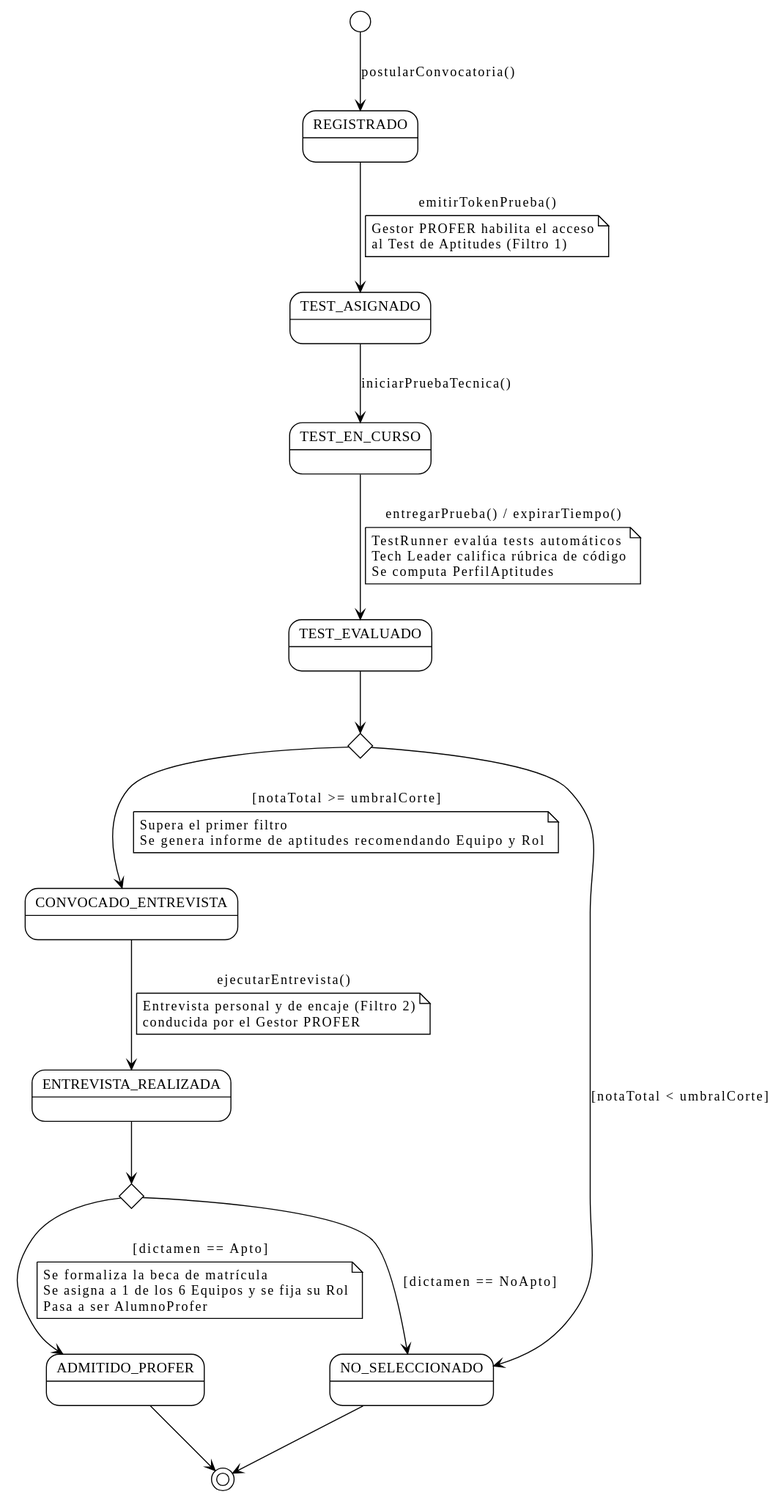
Before: images/RUP/00-modelo-del-dominio/estados-entidades/candidatura-estados.svg, a diagram exported from PlantUML (TheMoys/CTS-Academy).
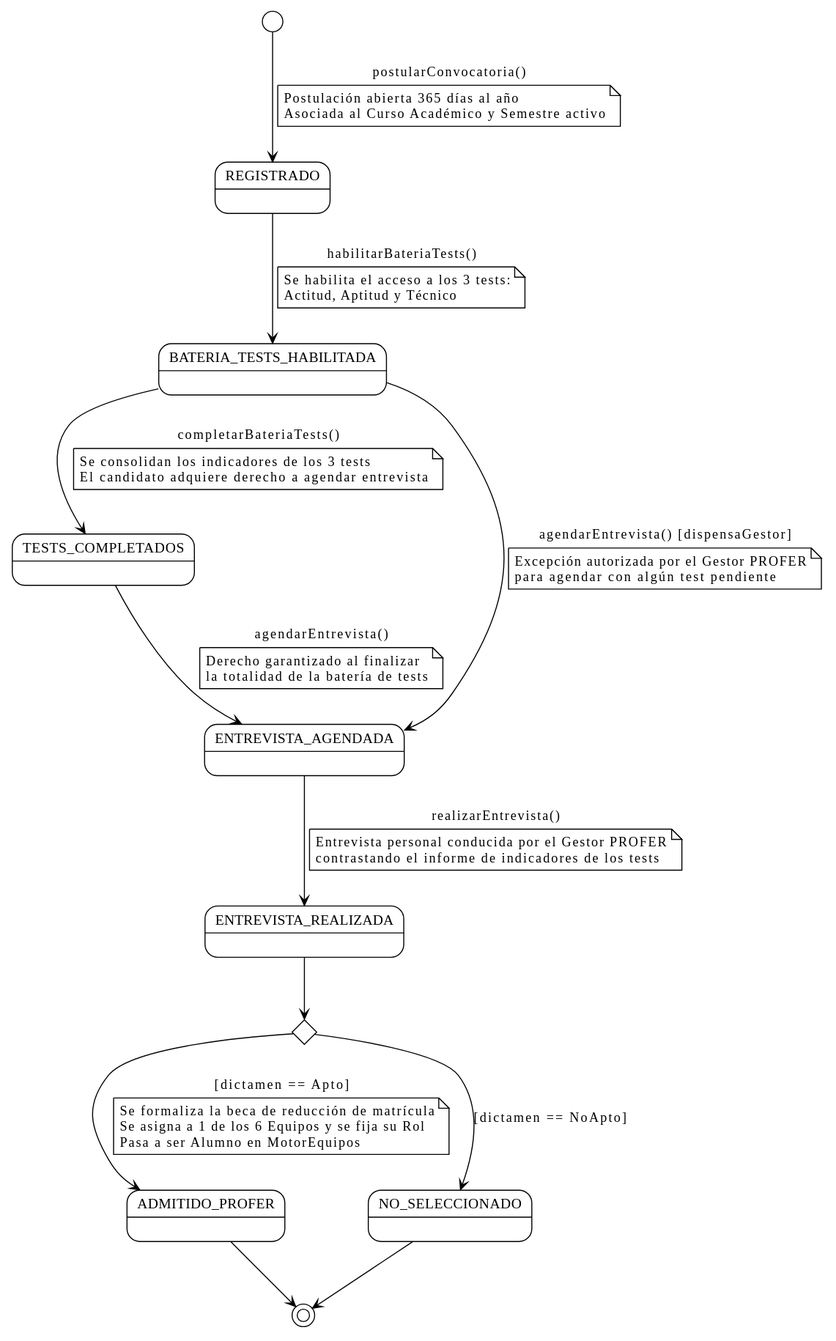
After the commit.

Commit message:
feat(dominio): soportar admision continua (CursoAcademico, Semestre), bateria de 3 tests diagnósticos, entidad Entrevista y ADR-007

Change to the diagram source:
```diff
@@ -7,50 +7,52 @@
 }
 
 [*] --> REGISTRADO : postularConvocatoria()
-
-REGISTRADO --> TEST_ASIGNADO : emitirTokenPrueba()
 note on link
-  Gestor PROFER habilita el acceso
-  al Test de Aptitudes (Filtro 1)
+  Postulación abierta 365 días al año
+  Asociada al Curso Académico y Semestre activo
 end note
 
-TEST_ASIGNADO --> TEST_EN_CURSO : iniciarPruebaTecnica()
-
-TEST_EN_CURSO --> TEST_EVALUADO : entregarPrueba() / expirarTiempo()
+REGISTRADO --> BATERIA_TESTS_HABILITADA : habilitarBateriaTests()
 note on link
-  TestRunner evalúa tests automáticos
-  Tech Leader califica rúbrica de código
-  Se computa PerfilAptitudes
+  Se habilita el acceso a los 3 tests:
+  Actitud, Aptitud y Técnico
 end note
 
-state c_filtro1 <<choice>>
-TEST_EVALUADO --> c_filtro1
-
-c_filtro1 --> CONVOCADO_ENTREVISTA : [notaTotal >= umbralCorte]
+BATERIA_TESTS_HABILITADA --> TESTS_COMPLETADOS : completarBateriaTests()
 note on link
-  Supera el primer filtro
-  Se genera informe de aptitudes recomendando Equipo y Rol
+  Se consolidan los indicadores de los 3 tests
+  El candidato adquiere derecho a agendar entrevista
 end note
 
-c_filtro1 --> NO_SELECCIONADO : [notaTotal < umbralCorte]
-
-CONVOCADO_ENTREVISTA --> ENTREVISTA_REALIZADA : ejecutarEntrevista()
+TESTS_COMPLETADOS --> ENTREVISTA_AGENDADA : agendarEntrevista()
 note on link
-  Entrevista personal y de encaje (Filtro 2)
-  conducida por el Gestor PROFER
+  Derecho garantizado al finalizar
+  la totalidad de la batería de tests
 end note
 
-state c_filtro2 <<choice>>
-ENTREVISTA_REALIZADA --> c_filtro2
-
-c_filtro2 --> ADMITIDO_PROFER : [dictamen == Apto]
+BATERIA_TESTS_HABILITADA --> ENTREVISTA_AGENDADA : agendarEntrevista() [dispensaGestor]
 note on link
-  Se formaliza la beca de matrícula
-  Se asigna a 1 de los 6 Equipos y se fija su Rol
-  Pasa a ser AlumnoProfer
+  Excepción autorizada por el Gestor PROFER
+  para agendar con algún test pendiente
 end note
 
-c_filtro2 --> NO_SELECCIONADO : [dictamen == NoApto]
+ENTREVISTA_AGENDADA --> ENTREVISTA_REALIZADA : realizarEntrevista()
+note on link
+  Entrevista personal conducida por el Gestor PROFER
+  contrastando el informe de indicadores de los tests
+end note
+
+state c_dictamen <<choice>>
+ENTREVISTA_REALIZADA --> c_dictamen
+
+c_dictamen --> ADMITIDO_PROFER : [dictamen == Apto]
+note on link
+  Se formaliza la beca de reducción de matrícula
+  Se asigna a 1 de los 6 Equipos y se fija su Rol
+  Pasa a ser Alumno en MotorEquipos
+end note
+
+c_dictamen --> NO_SELECCIONADO : [dictamen == NoApto]
 
 ADMITIDO_PROFER --> [*]
 NO_SELECCIONADO --> [*]
```
